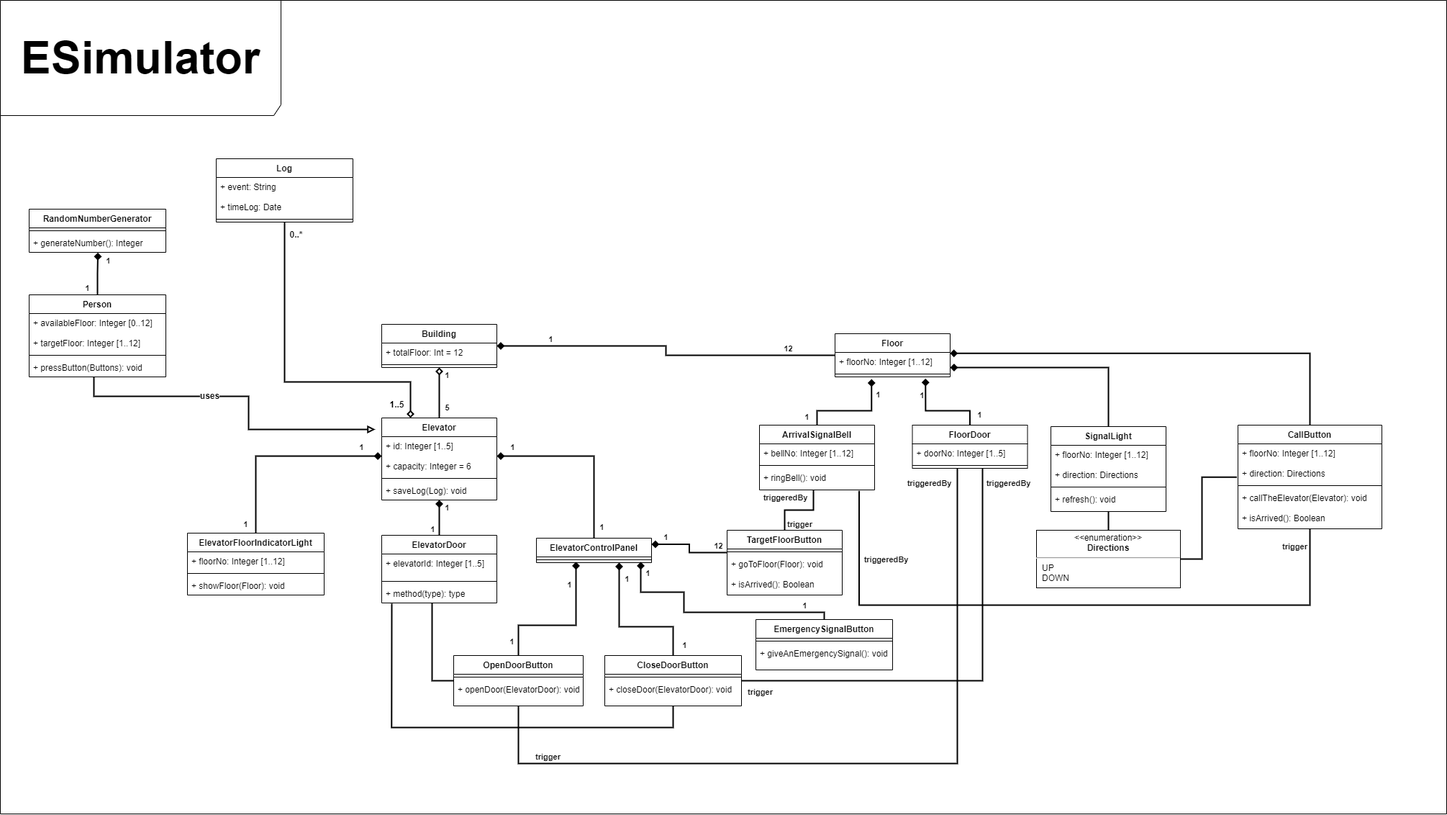
Above: OOPElevatorSimulation.png in remidosol/patika-oop (draw.io), before the change. Source tidied: cells renumbered, new cells last; positions are measured from the earlier drawing's top-left corner, leaving out a move shared by most shapes.
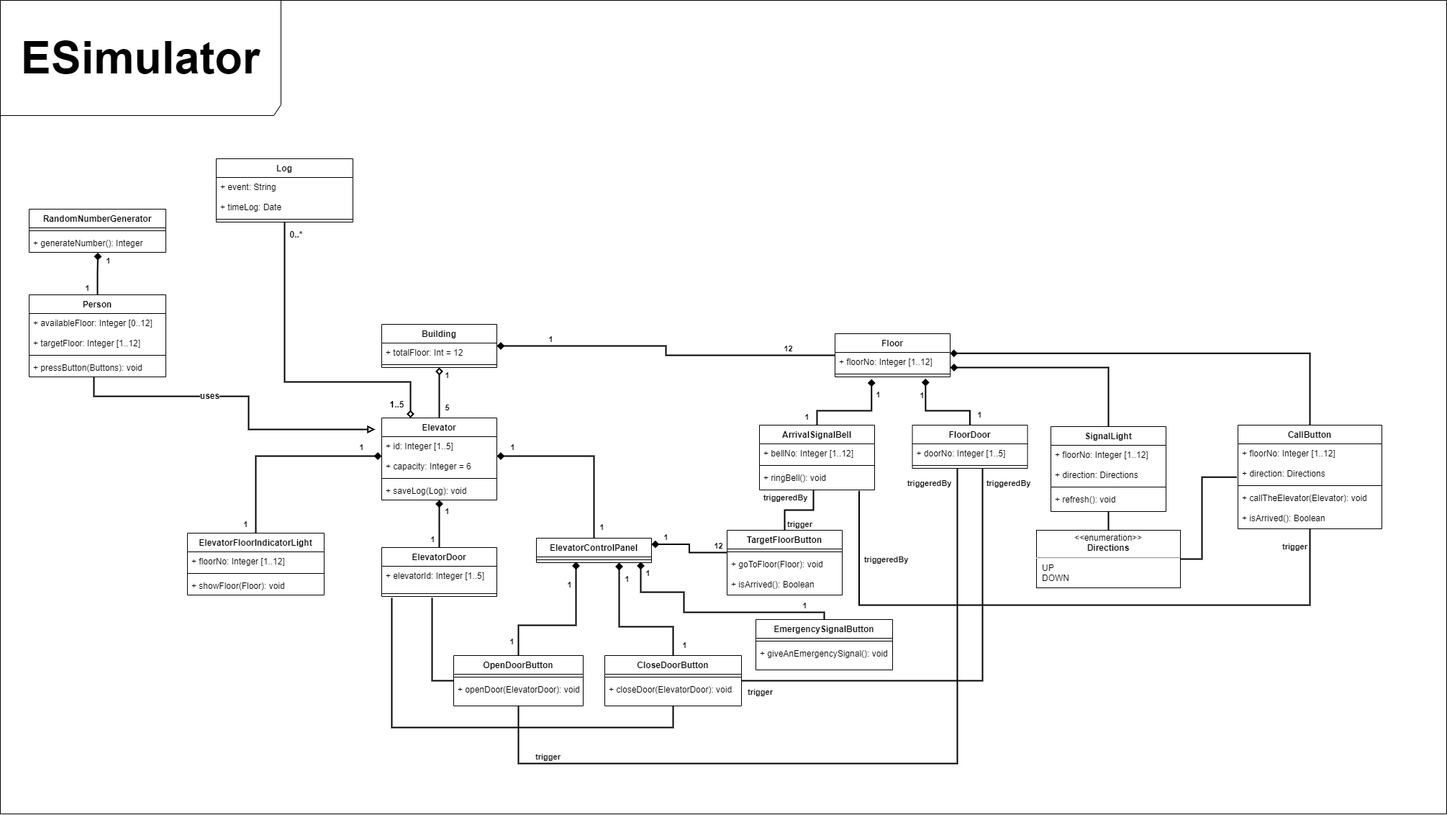
The same file after the commit.

Change to the diagram source:
```diff
@@ -78,7 +78,7 @@
       </mxGeometry>
     </mxCell>
     <mxCell id="23" value="ElevatorDoor" style="swimlane;fontStyle=1;align=center;verticalAlign=top;horizontal=1;startSize=26;" parent="1" vertex="1">
-      <mxGeometry x="530" y="743" width="160" height="94" as="geometry" />
+      <mxGeometry x="530" y="760" width="160" height="68" as="geometry" />
     </mxCell>
     <mxCell id="24" value="+ elevatorId: Integer [1..5]" style="text;strokeColor=none;fillColor=none;align=left;verticalAlign=top;spacingLeft=4;spacingRight=4;overflow=hidden;" parent="23" vertex="1">
       <mxGeometry y="26" width="160" height="34" as="geometry" />
@@ -86,9 +86,6 @@
     <mxCell id="25" style="line;strokeWidth=1;fillColor=none;align=left;verticalAlign=middle;spacingTop=-1;spacingLeft=3;spacingRight=3;labelPosition=right;" parent="23" vertex="1">
       <mxGeometry y="60" width="160" height="8" as="geometry" />
     </mxCell>
-    <mxCell id="26" value="+ method(type): type" style="text;strokeColor=none;fillColor=none;align=left;verticalAlign=top;spacingLeft=4;spacingRight=4;overflow=hidden;points=[[0,0.5],[1,0.5]];portConstraint=eastwest;" parent="23" vertex="1">
-      <mxGeometry y="68" width="160" height="26" as="geometry" />
-    </mxCell>
     <mxCell id="27" style="edgeStyle=orthogonalEdgeStyle;rounded=0;jettySize=auto;html=1;entryX=1;entryY=0.5;entryDx=0;entryDy=0;endArrow=diamond;endFill=1;strokeWidth=2;" parent="1" edge="1" source="30" target="10">
       <mxGeometry relative="1" as="geometry" />
     </mxCell>
@@ -190,8 +187,9 @@
         <mxPoint x="-10" as="offset" />
       </mxGeometry>
     </mxCell>
-    <mxCell id="50" style="edgeStyle=orthogonalEdgeStyle;rounded=0;jettySize=auto;html=1;endArrow=none;endFill=0;strokeWidth=2;entryX=0.437;entryY=0.988;entryDx=0;entryDy=0;entryPerimeter=0;" parent="1" edge="1" source="52" target="26">
+    <mxCell id="50" style="edgeStyle=orthogonalEdgeStyle;rounded=0;jettySize=auto;html=1;endArrow=none;endFill=0;strokeWidth=2;" parent="1" edge="1" source="52">
       <mxGeometry relative="1" as="geometry">
+        <mxPoint x="600" y="830" as="targetPoint" />
         <Array as="points">
           <mxPoint x="600" y="945" />
           <mxPoint x="600" y="840" />
@@ -237,8 +235,9 @@
         <mxPoint x="15" as="offset" />
       </mxGeometry>
     </mxCell>
-    <mxCell id="58" style="edgeStyle=orthogonalEdgeStyle;rounded=0;jettySize=auto;html=1;endArrow=none;endFill=0;strokeWidth=2;entryX=0.087;entryY=1.035;entryDx=0;entryDy=0;entryPerimeter=0;" parent="1" edge="1" source="60" target="26">
+    <mxCell id="58" style="edgeStyle=orthogonalEdgeStyle;rounded=0;jettySize=auto;html=1;endArrow=none;endFill=0;strokeWidth=2;" parent="1" edge="1" source="60">
       <mxGeometry relative="1" as="geometry">
+        <mxPoint x="544" y="830" as="targetPoint" />
         <Array as="points">
           <mxPoint x="935" y="1010" />
           <mxPoint x="544" y="1010" />
```
